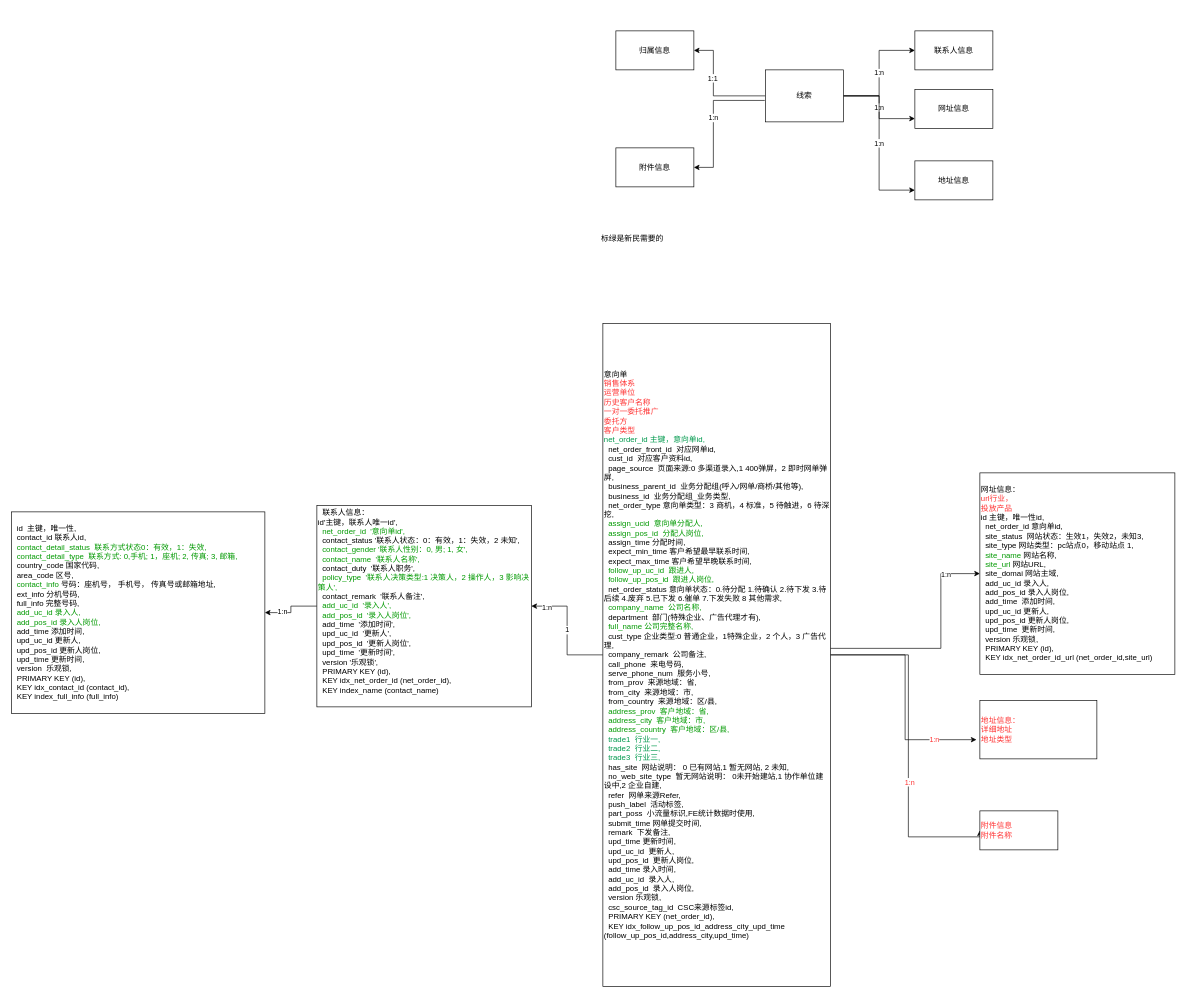
The draw.io diagram Untitled Diagram.drawio in YueHong-code/iterm2-zmodem, before the edit. Source tidied: cells renumbered, new cells numbered last; positions are measured from the earlier drawing's top-left corner, leaving out a move shared by most shapes. Both pictures are drawn from the tidied source at 65%, with x=0, y=0 at pixel (11, 31).
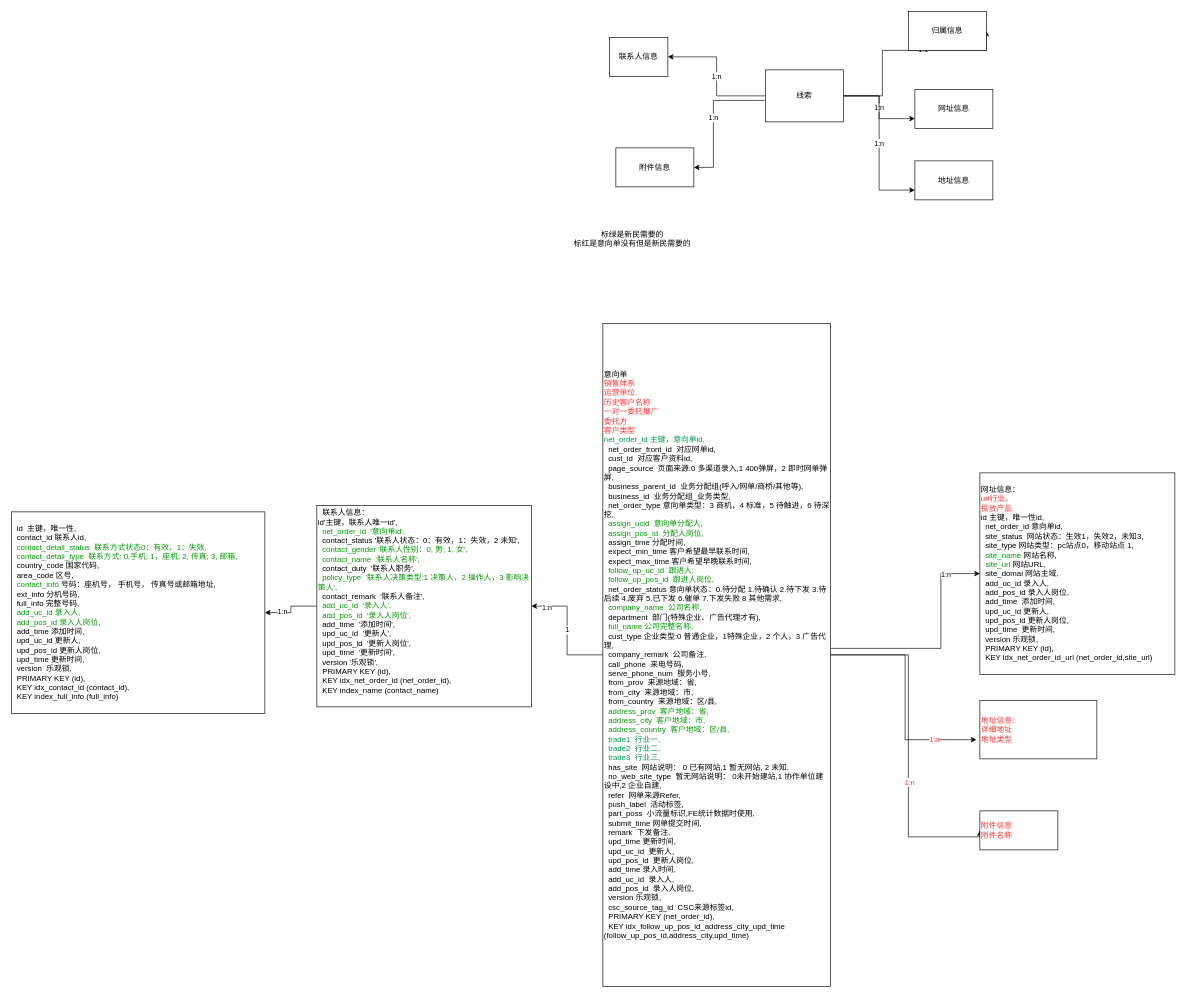
Above is the later version.

Commit message:
新民线索数据模型比对

Unchanged cells that the change refers to:
```xml
<mxCell id="9" value="线索" style="rounded=0;whiteSpace=wrap;html=1;" parent="1" vertex="1">
  <mxGeometry x="1160" y="60" width="120" height="80" as="geometry" />
</mxCell>
```

Change to the diagram source:
```diff
@@
-    <mxCell id="2" value="标绿是新民需要的" style="text;html=1;align=center;verticalAlign=middle;strokeColor=none;fillColor=none;" parent="1" vertex="1">
-      <mxGeometry x="900" y="310" width="110" height="20" as="geometry" />
+    <mxCell id="2" value="标绿是新民需要的&lt;br&gt;标红是意向单没有但是新民需要的" style="text;html=1;align=center;verticalAlign=middle;strokeColor=none;fillColor=none;" parent="1" vertex="1">
+      <mxGeometry x="855" y="305" width="200" height="30" as="geometry" />
     </mxCell>
-    <mxCell id="3" value="1:n" style="edgeStyle=orthogonalEdgeStyle;rounded=0;jettySize=auto;html=1;entryX=0;entryY=0.5;entryDx=0;entryDy=0;fontColor=#000000;" parent="1" edge="1" source="9" target="20">
-      <mxGeometry relative="1" as="geometry" />
-    </mxCell>
@@
     <mxCell id="7" style="edgeStyle=orthogonalEdgeStyle;rounded=0;jettySize=auto;html=1;entryX=1;entryY=0.5;entryDx=0;entryDy=0;fontColor=#000000;" parent="1" edge="1" source="9" target="23">
       <mxGeometry relative="1" as="geometry">
         <Array as="points">
-          <mxPoint x="1080" y="100" />
-          <mxPoint x="1080" y="30" />
+          <mxPoint x="1340" y="100" />
+          <mxPoint x="1340" y="30" />
+          <mxPoint x="1500" y="30" />
         </Array>
       </mxGeometry>
     </mxCell>
@@
+    <mxCell id="3" value="1:n" style="edgeStyle=orthogonalEdgeStyle;rounded=0;jettySize=auto;html=1;entryX=1;entryY=0.5;entryDx=0;entryDy=0;fontColor=#000000;" parent="1" edge="1" source="9" target="20">
+      <mxGeometry relative="1" as="geometry" />
+    </mxCell>
@@
     <mxCell id="20" value="联系人信息" style="whiteSpace=wrap;html=1;fontColor=#000000;" parent="1" vertex="1">
-      <mxGeometry x="1390" width="120" height="60" as="geometry" />
+      <mxGeometry x="920" y="10" width="90" height="60" as="geometry" />
     </mxCell>
@@
     <mxCell id="23" value="归属信息" style="whiteSpace=wrap;html=1;fontColor=#000000;" parent="1" vertex="1">
-      <mxGeometry x="930" width="120" height="60" as="geometry" />
+      <mxGeometry x="1380" y="-30" width="120" height="60" as="geometry" />
     </mxCell>
```
